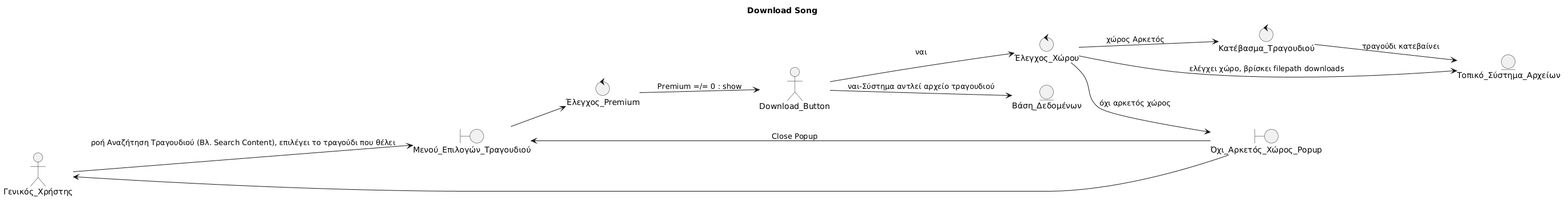
This is Paradoteo_3/RobustnessDiagrams/DownloadSongs.png from RubenKingCP/Namify, a PlantUML export, as it was before one commit.
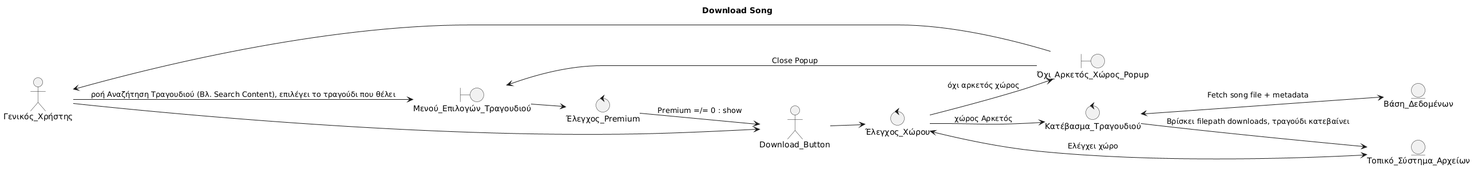
Later version of the same file.

Commit message:
DownloadSongs fixed up- minor fix in use case order

The edit, as a diff of the source:
```diff
@@ -28,13 +28,12 @@
 Γενικός_Χρήστης --> Μενού_Επιλογών_Τραγουδιού: ροή Αναζήτηση Τραγουδιού (Βλ. Search Content), επιλέγει το τραγούδι που θέλει
 Μενού_Επιλογών_Τραγουδιού --> Έλεγχος_Premium
 Έλεγχος_Premium --> Download_Button : Premium =/= 0 : show
-Download_Button --> Βάση_Δεδομένων : ναι-Σύστημα αντλεί αρχείο τραγουδιού
-Download_Button --> Έλεγχος_Χώρου : ναι
-Έλεγχος_Χώρου --> Τοπικό_Σύστημα_Αρχείων : ελέγχει χώρο, βρίσκει filepath downloads
+Γενικός_Χρήστης --> Download_Button
+Download_Button --> Έλεγχος_Χώρου
+Έλεγχος_Χώρου <--> Τοπικό_Σύστημα_Αρχείων : Ελέγχει χώρο
 Έλεγχος_Χώρου --> Κατέβασμα_Τραγουδιού : χώρος Αρκετός
-Κατέβασμα_Τραγουδιού --> Τοπικό_Σύστημα_Αρχείων : τραγούδι κατεβαίνει
-
-
+Κατέβασμα_Τραγουδιού --> Τοπικό_Σύστημα_Αρχείων : Βρίσκει filepath downloads, τραγούδι κατεβαίνει
+Κατέβασμα_Τραγουδιού <--> Βάση_Δεδομένων : Fetch song file + metadata
 Έλεγχος_Χώρου --> Όχι_Αρκετός_Χώρος_Popup : όχι αρκετός χώρος
 Όχι_Αρκετός_Χώρος_Popup --> Γενικός_Χρήστης
 Όχι_Αρκετός_Χώρος_Popup --> Μενού_Επιλογών_Τραγουδιού : Close Popup
```
